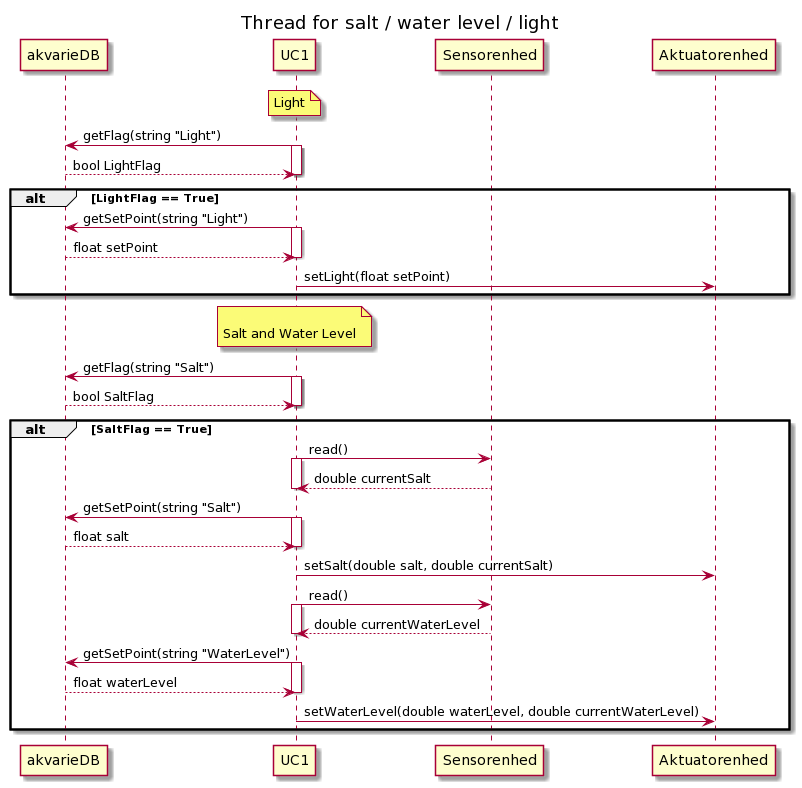
Before: Design/CC/Funktionssekvens/UseCase1/FunkSekvens1_SWL.png, a diagram exported from PlantUML (Solvgraa-mager/E4PRJ4). The source it was exported from:
```plantuml
@startuml
title Thread for salt / water level / light
participant akvarieDB
participant UC1
participant Sensorenhed
participant Aktuatorenhed


note over UC1
Light
endrnote
UC1 -> akvarieDB: getFlag(string "Light")
activate UC1
akvarieDB --> UC1: bool LightFlag
deactivate UC1


alt LightFlag == True


UC1 -> akvarieDB: getSetPoint(string "Light")
activate UC1
akvarieDB --> UC1: float setPoint
deactivate UC1

UC1 -> Aktuatorenhed: setLight(float setPoint)
end

note over UC1

Salt and Water Level
endrnote

UC1 -> akvarieDB: getFlag(string "Salt")
activate UC1
akvarieDB --> UC1: bool SaltFlag
deactivate UC1

alt SaltFlag == True

UC1 -> Sensorenhed: read()
activate UC1
Sensorenhed --> UC1: double currentSalt
deactivate UC1

UC1 -> akvarieDB: getSetPoint(string "Salt")
activate UC1
akvarieDB --> UC1: float salt
deactivate UC1

UC1 -> Aktuatorenhed: setSalt(double salt, double currentSalt)

UC1 -> Sensorenhed: read()
activate UC1
Sensorenhed --> UC1: double currentWaterLevel
deactivate UC1

UC1 -> akvarieDB: getSetPoint(string "WaterLevel")
activate UC1
akvarieDB --> UC1: float waterLevel
deactivate UC1

UC1 -> Aktuatorenhed: setWaterLevel(double waterLevel, double currentWaterLevel)

end
@enduml
```
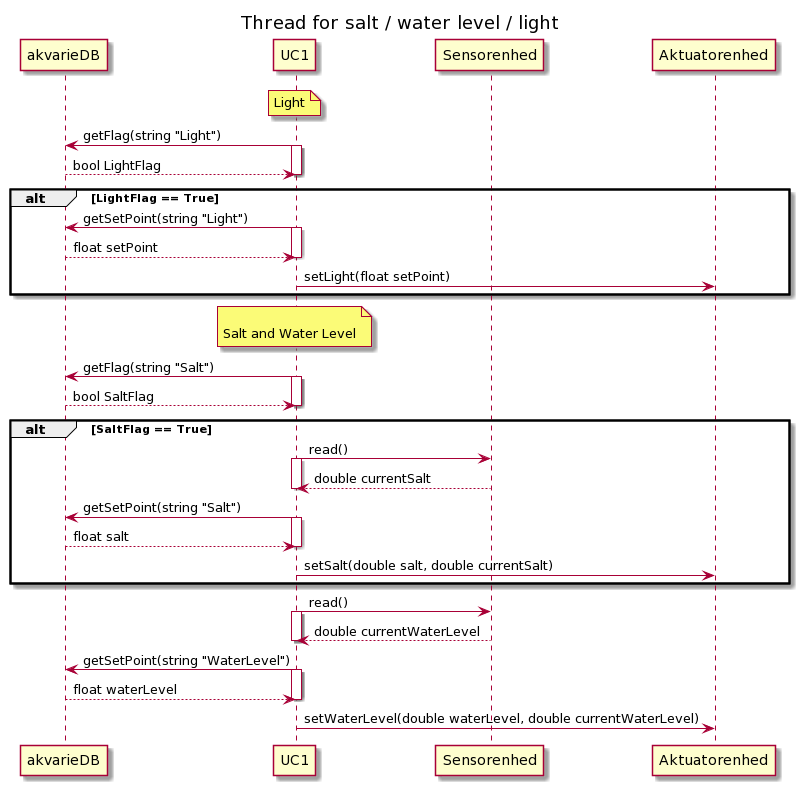
The same diagram one commit later.

Commit message:
thread sekvensdiagram update

Diff of the diagram source:
```diff
@@ -49,6 +49,7 @@
 deactivate UC1
 
 UC1 -> Aktuatorenhed: setSalt(double salt, double currentSalt)
+end
 
 UC1 -> Sensorenhed: read()
 activate UC1
@@ -61,6 +62,4 @@
 deactivate UC1
 
 UC1 -> Aktuatorenhed: setWaterLevel(double waterLevel, double currentWaterLevel)
-
-end
 @enduml
```
